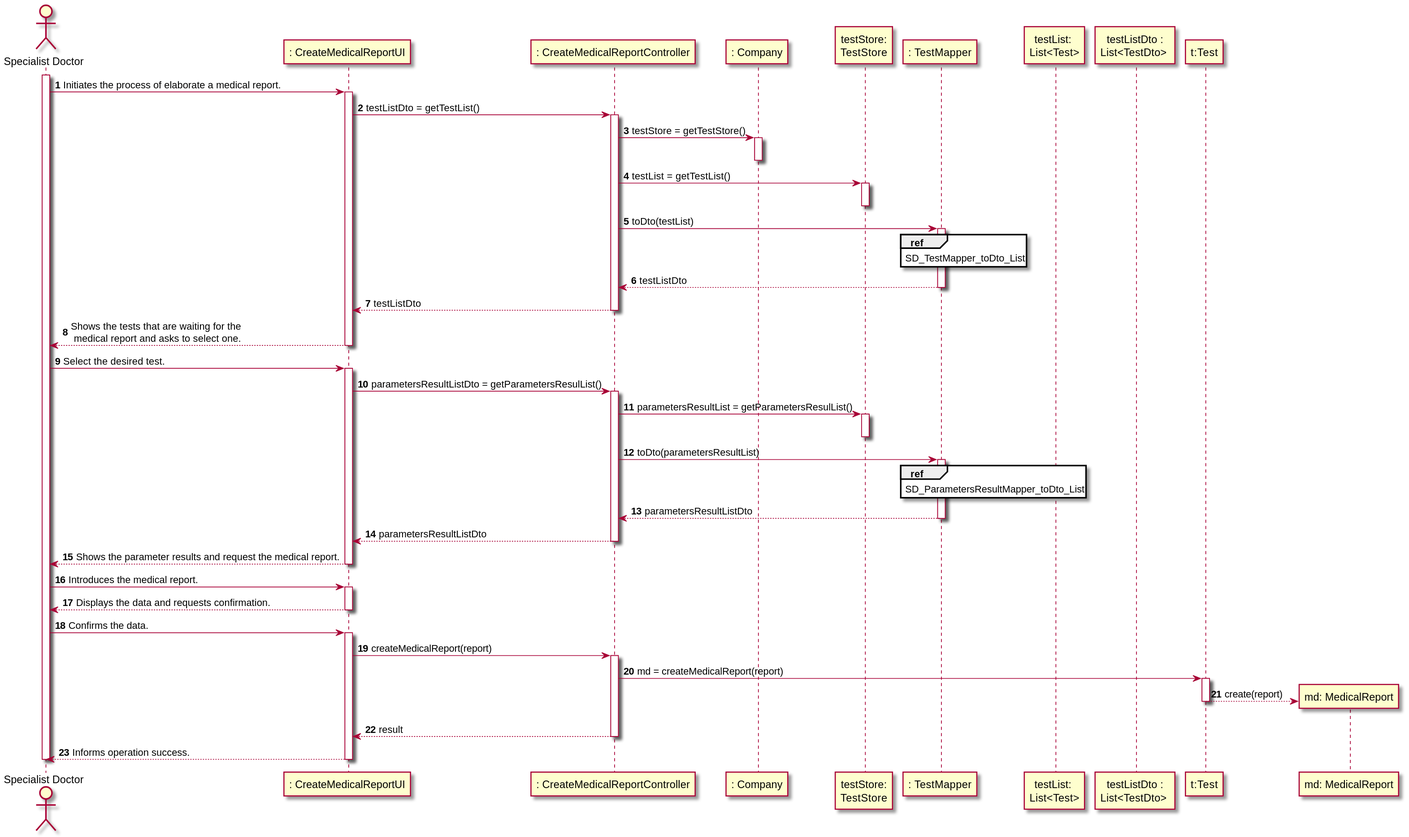
Before: docs/SprintC/US14/US14_SD.svg, a diagram exported from PlantUML (manu-07-ela/LAPR2_ISEP). The source it was exported from:
```plantuml
@startuml
autonumber
actor "Specialist Doctor" as Doctor

participant ": CreateMedicalReportUI" as UI
participant ": CreateMedicalReportController" as CTRL
participant ": Company" as Comp
participant "testStore:\nTestStore" as TS
participant ": TestMapper" as MAPPER
participant "testList: \nList<Test>" as List
participant "testListDto :\nList<TestDto> " as TDto
participant "dto: TestDto" as TDto
participant "t:Test" as TEST
participant "md: MedicalReport" as REPORT

activate Doctor
Doctor -> UI : Initiates the process of elaborate a medical report.
activate UI
UI -> CTRL : testListDto = getTestList()
activate CTRL
CTRL -> Comp : testStore = getTestStore()
activate Comp
deactivate Comp
CTRL -> TS : testList = getTestList()
activate TS
deactivate TS
CTRL -> MAPPER : toDto(testList)
activate MAPPER
ref over MAPPER
SD_TestMapper_toDto_List
end ref
MAPPER --> CTRL : testListDto
deactivate MAPPER
CTRL --> UI : testListDto
deactivate CTRL
UI --> Doctor : Shows the tests that are waiting for the \n medical report and asks to select one.
deactivate UI

Doctor -> UI :  Select the desired test.
activate UI
UI -> CTRL : parametersResultListDto = getParametersResulList()
activate CTRL
CTRL -> TS : parametersResultList = getParametersResulList()
activate TS
deactivate TS
CTRL -> MAPPER : toDto(parametersResultList)
activate MAPPER
ref over MAPPER
SD_ParametersResultMapper_toDto_List
end ref
MAPPER --> CTRL : parametersResultListDto
deactivate MAPPER
CTRL --> UI : parametersResultListDto
deactivate CTRL
UI --> Doctor : Shows the parameter results and request the medical report.
deactivate UI

Doctor-> UI : Introduces the medical report.
activate UI

UI --> Doctor : Displays the data and requests confirmation.
deactivate UI

Doctor-> UI : Confirms the data.
activate UI

UI -> CTRL: createMedicalReport(report)
activate CTRL
CTRL -> TEST : md = createMedicalReport(report)
activate TEST
TEST --> REPORT** : create(report)
deactivate TEST
CTRL --> UI : result
deactivate CTRL
UI --> Doctor : Informs operation success.
deactivate UI

deactivate Doctor



@enduml
```
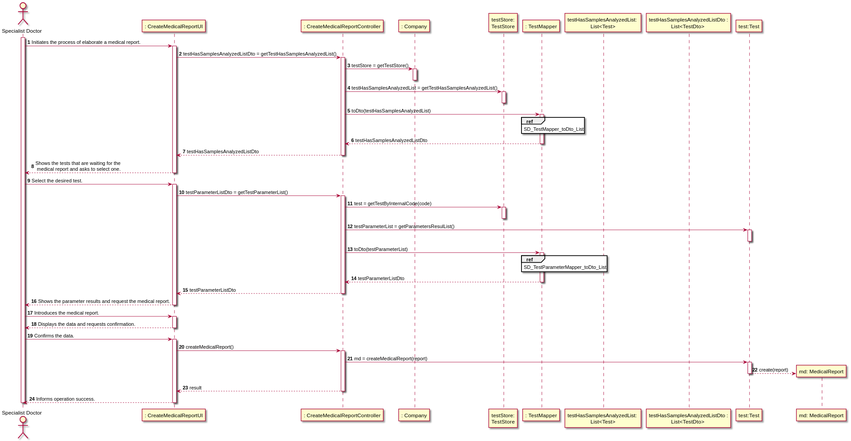
The same file after the commit.

Change to the diagram source:
```diff
@@ -7,50 +7,53 @@
 participant ": Company" as Comp
 participant "testStore:\nTestStore" as TS
 participant ": TestMapper" as MAPPER
-participant "testList: \nList<Test>" as List
-participant "testListDto :\nList<TestDto> " as TDto
+participant "testHasSamplesAnalyzedList: \nList<Test>" as List
+participant "testHasSamplesAnalyzedListDto :\nList<TestDto> " as TDto
 participant "dto: TestDto" as TDto
-participant "t:Test" as TEST
+participant "test:Test" as TEST
 participant "md: MedicalReport" as REPORT
 
 activate Doctor
 Doctor -> UI : Initiates the process of elaborate a medical report.
 activate UI
-UI -> CTRL : testListDto = getTestList()
+UI -> CTRL : testHasSamplesAnalyzedListDto = getTestHasSamplesAnalyzedList()
 activate CTRL
 CTRL -> Comp : testStore = getTestStore()
 activate Comp
 deactivate Comp
-CTRL -> TS : testList = getTestList()
+CTRL -> TS : testHasSamplesAnalyzedList = getTestHasSamplesAnalyzedList()
 activate TS
 deactivate TS
-CTRL -> MAPPER : toDto(testList)
+CTRL -> MAPPER : toDto(testHasSamplesAnalyzedList)
 activate MAPPER
 ref over MAPPER
 SD_TestMapper_toDto_List
 end ref
-MAPPER --> CTRL : testListDto
+MAPPER --> CTRL : testHasSamplesAnalyzedListDto
 deactivate MAPPER
-CTRL --> UI : testListDto
+CTRL --> UI : testHasSamplesAnalyzedListDto
 deactivate CTRL
 UI --> Doctor : Shows the tests that are waiting for the \n medical report and asks to select one.
 deactivate UI
 
 Doctor -> UI :  Select the desired test.
 activate UI
-UI -> CTRL : parametersResultListDto = getParametersResulList()
+UI -> CTRL : testParameterListDto = getTestParameterList()
 activate CTRL
-CTRL -> TS : parametersResultList = getParametersResulList()
+CTRL -> TS : test = getTestByInternalCode(code)
 activate TS
 deactivate TS
-CTRL -> MAPPER : toDto(parametersResultList)
+CTRL -> TEST : testParameterList = getParametersResulList()
+activate TEST
+deactivate TEST
+CTRL -> MAPPER : toDto(testParameterList)
 activate MAPPER
 ref over MAPPER
-SD_ParametersResultMapper_toDto_List
+SD_TestParameterMapper_toDto_List
 end ref
-MAPPER --> CTRL : parametersResultListDto
+MAPPER --> CTRL : testParameterListDto
 deactivate MAPPER
-CTRL --> UI : parametersResultListDto
+CTRL --> UI : testParameterListDto
 deactivate CTRL
 UI --> Doctor : Shows the parameter results and request the medical report.
 deactivate UI
@@ -63,8 +66,7 @@
 
 Doctor-> UI : Confirms the data.
 activate UI
-
-UI -> CTRL: createMedicalReport(report)
+UI -> CTRL: createMedicalReport()
 activate CTRL
 CTRL -> TEST : md = createMedicalReport(report)
 activate TEST
```
